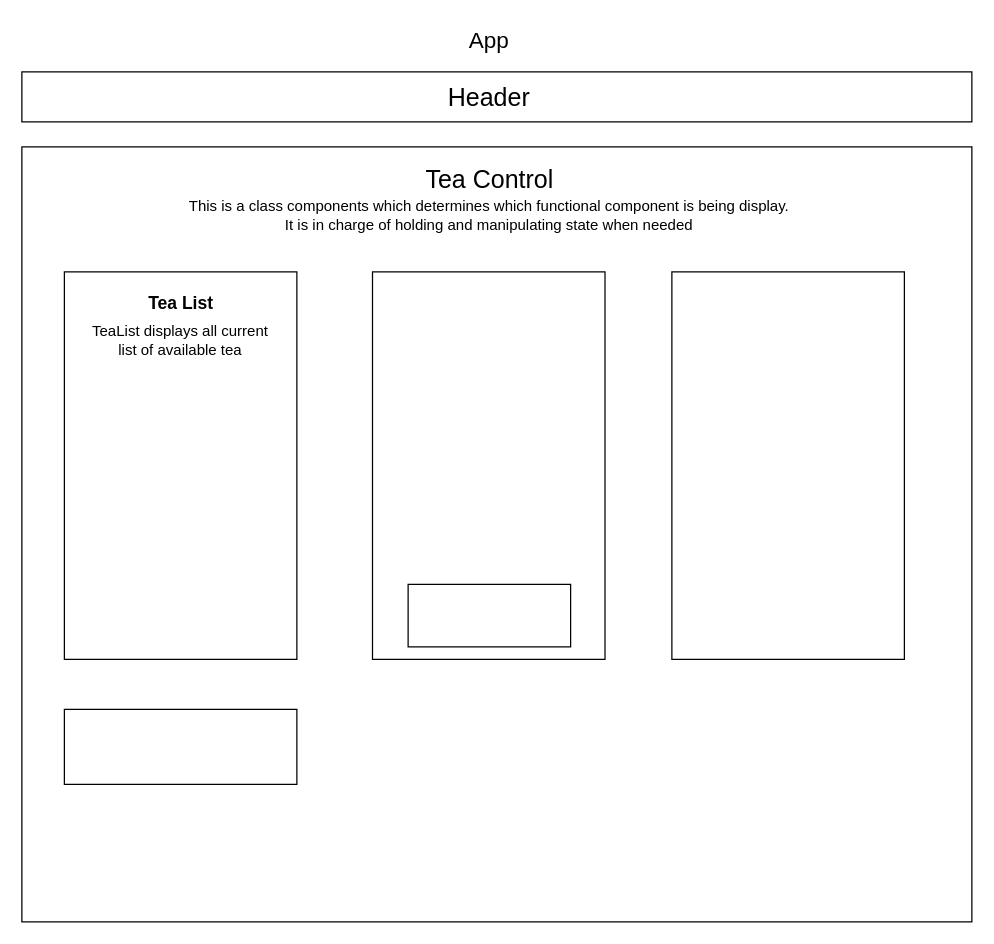
Before: src/TeaShop.drawio in DaniyaYelemessova/Tea-Shop-Inventory-Tracker, a draw.io diagram. Source tidied: cells renumbered, new cells numbered last; positions are measured from the earlier drawing's top-left corner, leaving out a move shared by most shapes. Both pictures are drawn from the tidied source at 125%, with x=0, y=0 at pixel (21, 21).
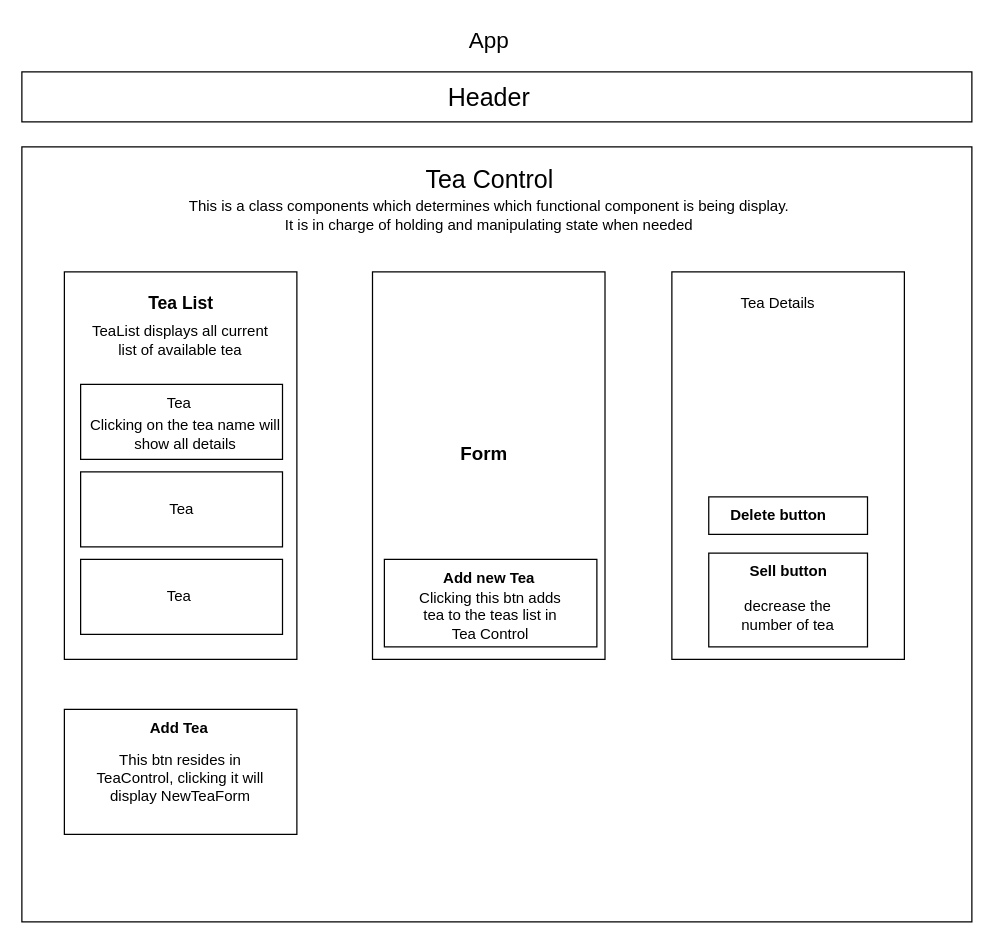
After the change.

Change to the diagram source:
```diff
@@
     <mxCell id="11" style="rounded=0;whiteSpace=wrap;html=1;" parent="1" vertex="1">
-      <mxGeometry x="34" y="550" width="186" height="60" as="geometry" />
+      <mxGeometry x="34" y="550" width="186" height="100" as="geometry" />
     </mxCell>
     <mxCell id="12" style="rounded=0;whiteSpace=wrap;html=1;" parent="1" vertex="1">
-      <mxGeometry x="309" y="450" width="130" height="50" as="geometry" />
+      <mxGeometry x="290" y="430" width="170" height="70" as="geometry" />
     </mxCell>
@@
+    <mxCell id="15" style="rounded=0;whiteSpace=wrap;html=1;" parent="1" vertex="1">
+      <mxGeometry x="47" y="290" width="161.5" height="60" as="geometry" />
+    </mxCell>
+    <mxCell id="16" value="Tea" style="text;strokeColor=none;align=center;fillColor=none;html=1;verticalAlign=middle;whiteSpace=wrap;rounded=0;" parent="1" vertex="1">
+      <mxGeometry x="96.2" y="290" width="60" height="30" as="geometry" />
+    </mxCell>
+    <mxCell id="17" value="Clicking on the tea name will show all details" style="text;strokeColor=none;align=center;fillColor=none;html=1;verticalAlign=middle;whiteSpace=wrap;rounded=0;" parent="1" vertex="1">
+      <mxGeometry x="52.5" y="320" width="156" height="20" as="geometry" />
+    </mxCell>
+    <mxCell id="18" style="rounded=0;whiteSpace=wrap;html=1;" parent="1" vertex="1">
+      <mxGeometry x="47" y="360" width="161.5" height="60" as="geometry" />
+    </mxCell>
+    <mxCell id="19" style="rounded=0;whiteSpace=wrap;html=1;" parent="1" vertex="1">
+      <mxGeometry x="47" y="430" width="161.5" height="60" as="geometry" />
+    </mxCell>
+    <mxCell id="20" value="Tea" style="text;strokeColor=none;align=center;fillColor=none;html=1;verticalAlign=middle;whiteSpace=wrap;rounded=0;" parent="1" vertex="1">
+      <mxGeometry x="96.2" y="445" width="60" height="30" as="geometry" />
+    </mxCell>
+    <mxCell id="21" value="Tea" style="text;strokeColor=none;align=center;fillColor=none;html=1;verticalAlign=middle;whiteSpace=wrap;rounded=0;" parent="1" vertex="1">
+      <mxGeometry x="97.8" y="375" width="60" height="30" as="geometry" />
+    </mxCell>
+    <mxCell id="22" value="&lt;b&gt;Add Tea&lt;/b&gt;" style="text;strokeColor=none;align=center;fillColor=none;html=1;verticalAlign=middle;whiteSpace=wrap;rounded=0;" parent="1" vertex="1">
+      <mxGeometry x="96.2" y="550" width="60" height="30" as="geometry" />
+    </mxCell>
+    <mxCell id="23" value="This btn resides in TeaControl, clicking it will display NewTeaForm" style="text;strokeColor=none;align=center;fillColor=none;html=1;verticalAlign=middle;whiteSpace=wrap;rounded=0;" parent="1" vertex="1">
+      <mxGeometry x="53.2" y="580" width="147.5" height="50" as="geometry" />
+    </mxCell>
+    <mxCell id="24" value="&lt;b&gt;&lt;font style=&quot;font-size: 15px;&quot;&gt;Form&lt;/font&gt;&lt;/b&gt;" style="text;strokeColor=none;align=center;fillColor=none;html=1;verticalAlign=middle;whiteSpace=wrap;rounded=0;" parent="1" vertex="1">
+      <mxGeometry x="340" y="330" width="60" height="30" as="geometry" />
+    </mxCell>
+    <mxCell id="25" value="&lt;b&gt;Add new Tea &lt;/b&gt;" style="text;strokeColor=none;align=center;fillColor=none;html=1;verticalAlign=middle;whiteSpace=wrap;rounded=0;" parent="1" vertex="1">
+      <mxGeometry x="336" y="430" width="76" height="30" as="geometry" />
+    </mxCell>
+    <mxCell id="26" value="Clicking this btn adds tea to the teas list in Tea Control" style="text;strokeColor=none;align=center;fillColor=none;html=1;verticalAlign=middle;whiteSpace=wrap;rounded=0;" parent="1" vertex="1">
+      <mxGeometry x="310" y="460" width="130" height="30" as="geometry" />
+    </mxCell>
+    <mxCell id="27" value="Tea Details" style="text;strokeColor=none;align=center;fillColor=none;html=1;verticalAlign=middle;whiteSpace=wrap;rounded=0;" parent="1" vertex="1">
+      <mxGeometry x="560" y="210" width="90" height="30" as="geometry" />
+    </mxCell>
+    <mxCell id="28" style="rounded=0;whiteSpace=wrap;html=1;" parent="1" vertex="1">
+      <mxGeometry x="549.5" y="380" width="127" height="30" as="geometry" />
+    </mxCell>
+    <mxCell id="29" value="&lt;b&gt;Delete button&lt;/b&gt;" style="text;strokeColor=none;align=center;fillColor=none;html=1;verticalAlign=middle;whiteSpace=wrap;rounded=0;" parent="1" vertex="1">
+      <mxGeometry x="557.8" y="380" width="94.5" height="30" as="geometry" />
+    </mxCell>
+    <mxCell id="30" style="rounded=0;whiteSpace=wrap;html=1;" parent="1" vertex="1">
+      <mxGeometry x="549.5" y="425" width="127" height="75" as="geometry" />
+    </mxCell>
+    <mxCell id="31" value="&lt;b&gt;Sell button&lt;/b&gt;" style="text;strokeColor=none;align=center;fillColor=none;html=1;verticalAlign=middle;whiteSpace=wrap;rounded=0;" parent="1" vertex="1">
+      <mxGeometry x="564.5" y="430" width="97" height="20" as="geometry" />
+    </mxCell>
+    <mxCell id="32" value="decrease the number of tea" style="text;strokeColor=none;align=center;fillColor=none;html=1;verticalAlign=middle;whiteSpace=wrap;rounded=0;" parent="1" vertex="1">
+      <mxGeometry x="558" y="460" width="110" height="30" as="geometry" />
+    </mxCell>
```
